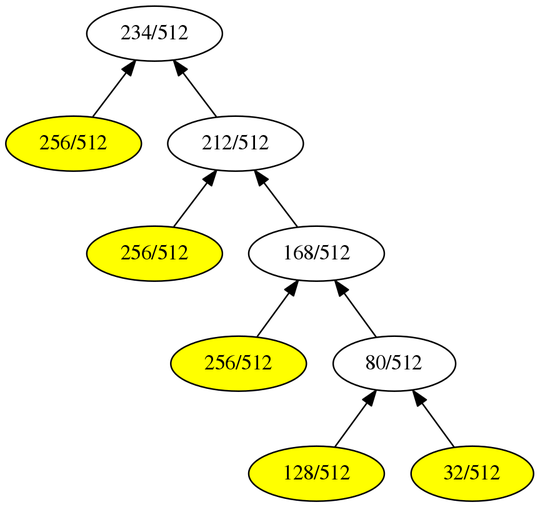
Earlier version of the Graphviz export GuiTool/image/Remia/RemiaDot.png (iitramar/guiTool). Its source is kept beside it as GuiTool/image/Remia/RemiaDot.dot. Its diagram source:
```dot
digraph G {
rankdir = BT;
1[label= " 234/512 " ];
2[label= " 256/512 " ];
2->1
3[label= " 212/512 " ];
3->1
2[style=filled, fillcolor=yellow];
6[label= " 256/512 " ];
6->3
7[label= " 168/512 " ];
7->3
6[style=filled, fillcolor=yellow];
14[label= " 256/512 " ];
14->7
15[label= " 80/512 " ];
15->7
14[style=filled, fillcolor=yellow];
30[label= " 128/512 " ];
30->15
31[label= " 32/512 " ];
31->15
30[style=filled, fillcolor=yellow];
31[style=filled, fillcolor=yellow];
}
```
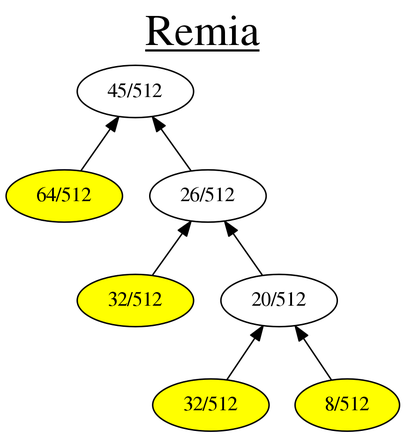
Above is the later version.

What changed in the source:
```diff
@@ -1,25 +1,21 @@
 digraph G {
 rankdir = BT;
-1[label= " 234/512 " ];
-2[label= " 256/512 " ];
+graph [label= <<u>Remia</u>> , labelloc=t, fontsize=30];
+1[label= " 45/512 " ];
+2[label= " 64/512 " ];
 2->1
-3[label= " 212/512 " ];
+3[label= " 26/512 " ];
 3->1
 2[style=filled, fillcolor=yellow];
-6[label= " 256/512 " ];
+6[label= " 32/512 " ];
 6->3
-7[label= " 168/512 " ];
+7[label= " 20/512 " ];
 7->3
 6[style=filled, fillcolor=yellow];
-14[label= " 256/512 " ];
+14[label= " 32/512 " ];
 14->7
-15[label= " 80/512 " ];
+15[label= " 8/512 " ];
 15->7
 14[style=filled, fillcolor=yellow];
-30[label= " 128/512 " ];
-30->15
-31[label= " 32/512 " ];
-31->15
-30[style=filled, fillcolor=yellow];
-31[style=filled, fillcolor=yellow];
+15[style=filled, fillcolor=yellow];
 }
```
